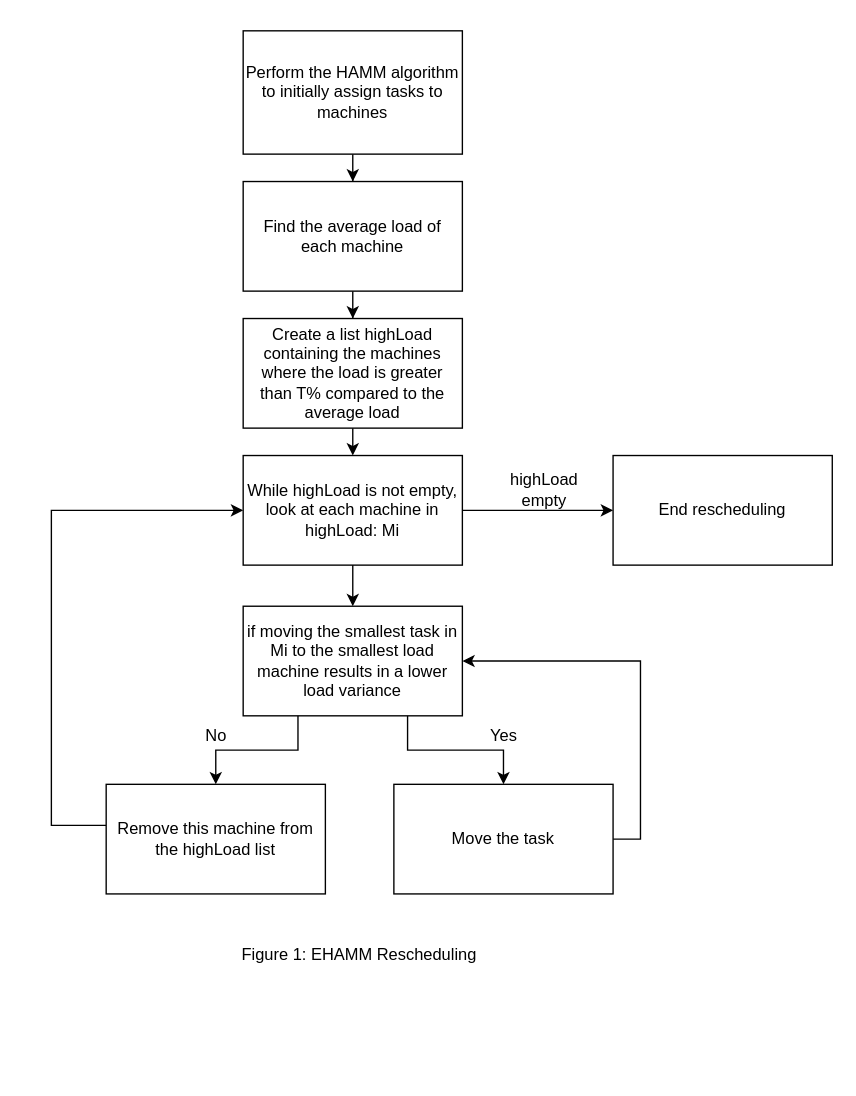
Earlier version of the draw.io diagram Reschedule.drawio (EvanMikesell/CloudTaskResearch). Source tidied: cells renumbered, new cells numbered last; positions are measured from the earlier drawing's top-left corner, leaving out a move shared by most shapes. Both pictures are drawn from the tidied source at 137%, with x=0, y=0 at pixel (51, 30).
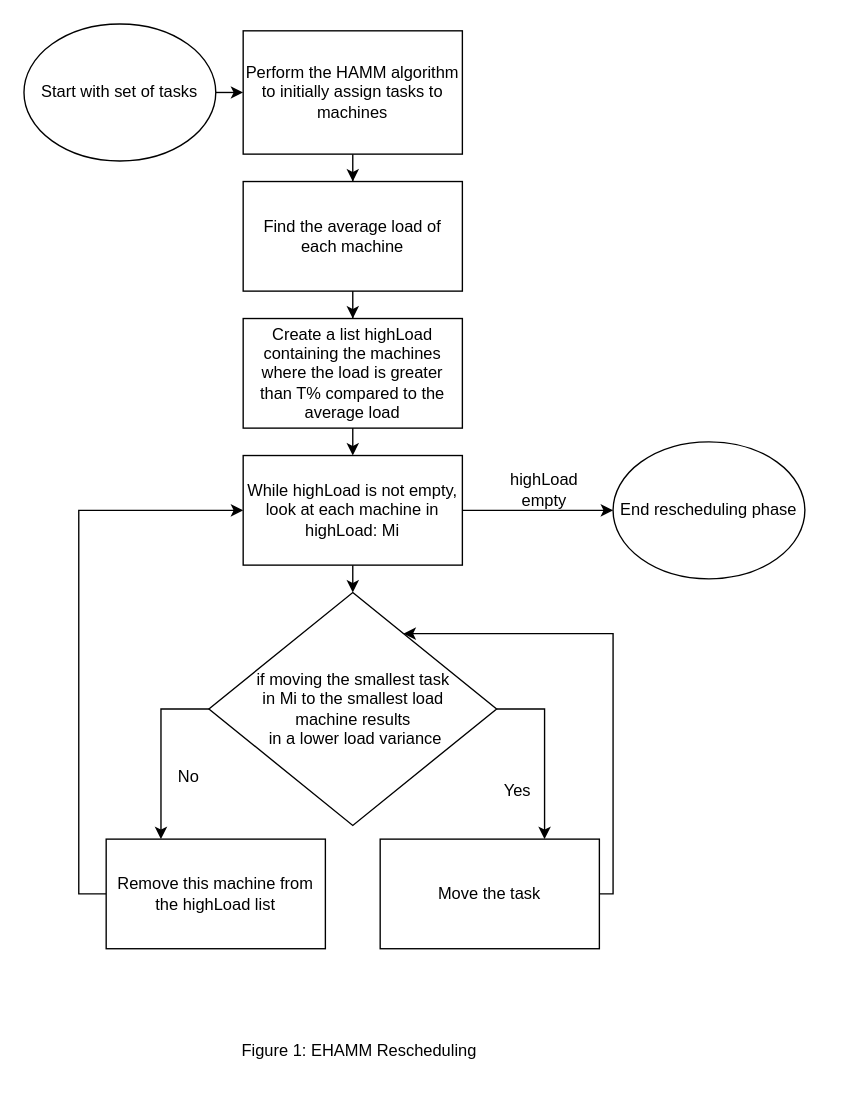
The same page after the edit.

Unchanged cells that the change refers to:
```xml
<mxCell id="5" value="Perform the HAMM algorithm to initially assign tasks to machines" style="rounded=0;whiteSpace=wrap;html=1;" parent="1" vertex="1">
  <mxGeometry x="140" width="160" height="90" as="geometry" />
</mxCell>
<mxCell id="10" value="While highLoad is not empty, look at each machine in highLoad: Mi" style="rounded=0;whiteSpace=wrap;html=1;" parent="1" vertex="1">
  <mxGeometry x="140" y="310" width="160" height="80" as="geometry" />
</mxCell>
```

What changed in the source:
```diff
@@
-    <mxCell id="8" style="edgeStyle=orthogonalEdgeStyle;rounded=0;jettySize=auto;html=1;exitX=0.5;exitY=1;exitDx=0;exitDy=0;entryX=0.5;entryY=0;entryDx=0;entryDy=0;" parent="1" edge="1" source="10" target="13">
+    <mxCell id="8" style="edgeStyle=orthogonalEdgeStyle;rounded=0;jettySize=auto;html=1;exitX=0.5;exitY=1;exitDx=0;exitDy=0;entryX=0.5;entryY=0;entryDx=0;entryDy=0;" parent="1" edge="1" source="10" target="29">
       <mxGeometry relative="1" as="geometry" />
     </mxCell>
@@
-    <mxCell id="11" style="edgeStyle=orthogonalEdgeStyle;rounded=0;jettySize=auto;html=1;exitX=0.25;exitY=1;exitDx=0;exitDy=0;entryX=0.5;entryY=0;entryDx=0;entryDy=0;" parent="1" edge="1" source="13" target="19">
-      <mxGeometry relative="1" as="geometry" />
-    </mxCell>
-    <mxCell id="12" style="edgeStyle=orthogonalEdgeStyle;rounded=0;jettySize=auto;html=1;exitX=0.75;exitY=1;exitDx=0;exitDy=0;entryX=0.5;entryY=0;entryDx=0;entryDy=0;" parent="1" edge="1" source="13" target="17">
-      <mxGeometry relative="1" as="geometry" />
-    </mxCell>
-    <mxCell id="13" value="if moving the smallest task in Mi to the smallest load machine results in a lower load variance" style="rounded=0;whiteSpace=wrap;html=1;" parent="1" vertex="1">
-      <mxGeometry x="140" y="420" width="160" height="80" as="geometry" />
-    </mxCell>
     <mxCell id="14" value="No" style="text;html=1;align=center;verticalAlign=middle;strokeColor=none;fillColor=none;" parent="1" vertex="1">
-      <mxGeometry x="100" y="500" width="40" height="30" as="geometry" />
+      <mxGeometry x="80" y="530" width="40" height="30" as="geometry" />
     </mxCell>
     <mxCell id="15" value="Yes" style="text;html=1;align=center;verticalAlign=middle;strokeColor=none;fillColor=none;" parent="1" vertex="1">
-      <mxGeometry x="310" y="500" width="40" height="30" as="geometry" />
+      <mxGeometry x="320" y="540" width="40" height="30" as="geometry" />
     </mxCell>
-    <mxCell id="16" style="edgeStyle=orthogonalEdgeStyle;rounded=0;jettySize=auto;html=1;exitX=1;exitY=0.5;exitDx=0;exitDy=0;entryX=1;entryY=0.5;entryDx=0;entryDy=0;" parent="1" edge="1" source="17" target="13">
-      <mxGeometry relative="1" as="geometry" />
-    </mxCell>
+    <mxCell id="23" style="edgeStyle=orthogonalEdgeStyle;rounded=0;jettySize=auto;html=1;exitX=1;exitY=0.5;exitDx=0;exitDy=0;" parent="1" edge="1" source="17" target="29">
+      <mxGeometry relative="1" as="geometry">
+        <Array as="points">
+          <mxPoint x="410" y="630" />
+          <mxPoint x="410" y="440" />
+        </Array>
+      </mxGeometry>
+    </mxCell>
     <mxCell id="17" value="Move the task" style="rounded=0;whiteSpace=wrap;html=1;" parent="1" vertex="1">
-      <mxGeometry x="250" y="550" width="160" height="80" as="geometry" />
+      <mxGeometry x="240" y="590" width="160" height="80" as="geometry" />
     </mxCell>
-    <mxCell id="18" style="edgeStyle=orthogonalEdgeStyle;rounded=0;jettySize=auto;html=1;entryX=0;entryY=0.5;entryDx=0;entryDy=0;" parent="1" edge="1" source="19" target="10">
-      <mxGeometry relative="1" as="geometry">
-        <Array as="points">
-          <mxPoint y="580" />
-          <mxPoint y="350" />
-        </Array>
-      </mxGeometry>
+    <mxCell id="18" style="edgeStyle=orthogonalEdgeStyle;rounded=0;jettySize=auto;html=1;exitX=0;exitY=0.5;exitDx=0;exitDy=0;entryX=0;entryY=0.5;entryDx=0;entryDy=0;" parent="1" edge="1" source="19" target="10">
+      <mxGeometry relative="1" as="geometry" />
     </mxCell>
     <mxCell id="19" value="Remove this machine from the highLoad list" style="rounded=0;whiteSpace=wrap;html=1;" parent="1" vertex="1">
-      <mxGeometry x="40" y="550" width="160" height="80" as="geometry" />
+      <mxGeometry x="40" y="590" width="160" height="80" as="geometry" />
     </mxCell>
@@
-    <mxCell id="21" value="End rescheduling" style="rounded=0;whiteSpace=wrap;html=1;" parent="1" vertex="1">
-      <mxGeometry x="410" y="310" width="160" height="80" as="geometry" />
-    </mxCell>
     <mxCell id="22" value="Figure 1: EHAMM Rescheduling" style="text;html=1;strokeColor=none;fillColor=none;align=center;verticalAlign=middle;whiteSpace=wrap;rounded=0;" parent="1" vertex="1">
-      <mxGeometry x="130" y="660" width="190" height="30" as="geometry" />
+      <mxGeometry x="130" y="730" width="190" height="30" as="geometry" />
     </mxCell>
+    <mxCell id="24" value="End rescheduling phase" style="ellipse;whiteSpace=wrap;html=1;" parent="1" vertex="1">
+      <mxGeometry x="410" y="300" width="140" height="100" as="geometry" />
+    </mxCell>
+    <mxCell id="25" style="edgeStyle=orthogonalEdgeStyle;rounded=0;jettySize=auto;html=1;exitX=1;exitY=0.5;exitDx=0;exitDy=0;entryX=0;entryY=0.5;entryDx=0;entryDy=0;" parent="1" edge="1" source="26" target="5">
+      <mxGeometry relative="1" as="geometry" />
+    </mxCell>
+    <mxCell id="26" value="Start with set of tasks" style="ellipse;whiteSpace=wrap;html=1;" parent="1" vertex="1">
+      <mxGeometry x="-20" y="-5" width="140" height="100" as="geometry" />
+    </mxCell>
+    <mxCell id="27" style="edgeStyle=orthogonalEdgeStyle;rounded=0;jettySize=auto;html=1;exitX=0;exitY=0.5;exitDx=0;exitDy=0;entryX=0.25;entryY=0;entryDx=0;entryDy=0;" parent="1" edge="1" source="29" target="19">
+      <mxGeometry relative="1" as="geometry" />
+    </mxCell>
+    <mxCell id="28" style="edgeStyle=orthogonalEdgeStyle;rounded=0;jettySize=auto;html=1;exitX=1;exitY=0.5;exitDx=0;exitDy=0;entryX=0.75;entryY=0;entryDx=0;entryDy=0;" parent="1" edge="1" source="29" target="17">
+      <mxGeometry relative="1" as="geometry" />
+    </mxCell>
+    <mxCell id="29" style="rhombus;whiteSpace=wrap;html=1;direction=east;" parent="1" vertex="1">
+      <mxGeometry x="115" y="410" width="210" height="170" as="geometry" />
+    </mxCell>
+    <mxCell id="13" value="if moving the smallest task &lt;br&gt;in Mi to the smallest load &lt;br&gt;machine results&lt;br&gt;&amp;nbsp;in a lower load variance" style="text;html=1;align=center;verticalAlign=middle;points=[];strokeColor=none;fillColor=none;" parent="1" vertex="1">
+      <mxGeometry x="140" y="460" width="160" height="70" as="geometry" />
+    </mxCell>
```
